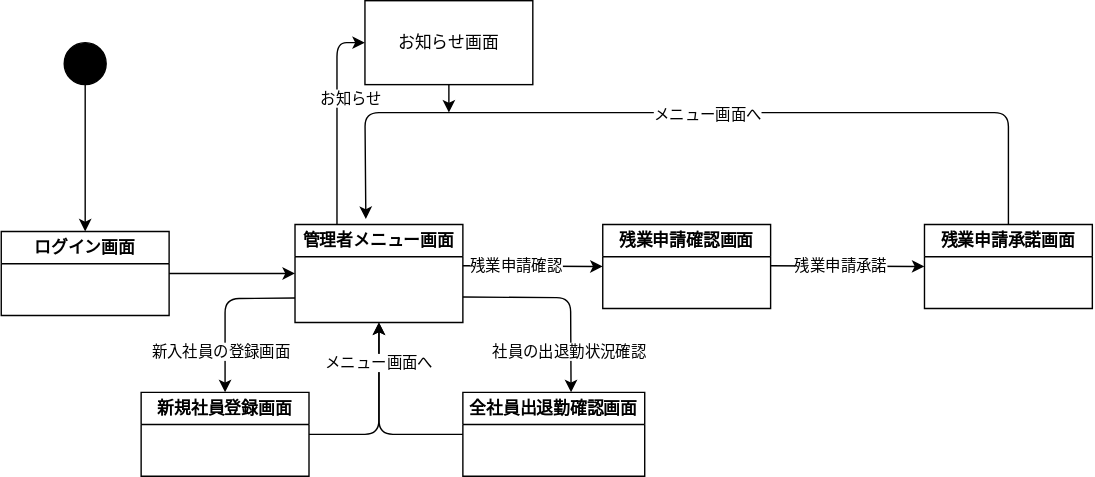
Before: pro管理者.drawio.svg, a diagram exported from draw.io (hosoya0503/uml-intro). Source tidied: cells renumbered, new cells last; positions are measured from the earlier drawing's top-left corner, leaving out a move shared by most shapes.
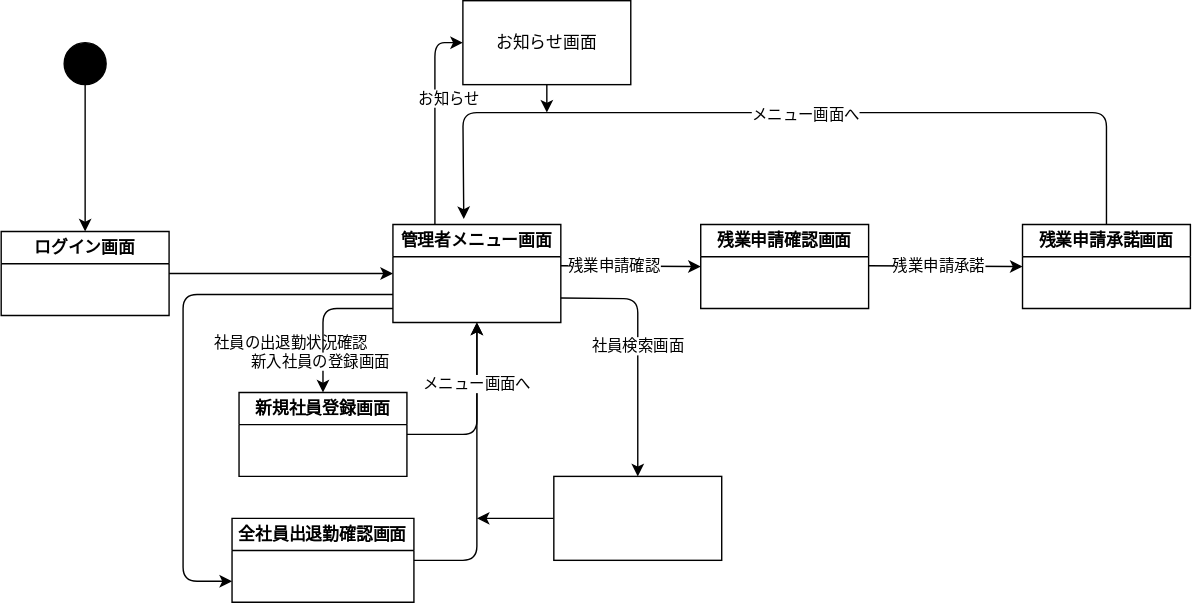
The same file after the commit.

What changed in the source:
```diff
@@ -6,14 +6,14 @@
       <mxGeometry relative="1" as="geometry" />
     </mxCell>
     <mxCell id="3" style="ellipse;whiteSpace=wrap;html=1;fillColor=#000000;" parent="1" vertex="1">
-      <mxGeometry x="45" y="30" width="30" height="30" as="geometry" />
+      <mxGeometry x="-25" y="30" width="30" height="30" as="geometry" />
     </mxCell>
-    <mxCell id="4" style="edgeStyle=none;html=1;exitX=1;exitY=0.75;exitDx=0;exitDy=0;entryX=0.595;entryY=0.011;entryDx=0;entryDy=0;entryPerimeter=0;" parent="1" edge="1">
+    <mxCell id="4" style="edgeStyle=none;html=1;entryX=0;entryY=0.75;entryDx=0;entryDy=0;" parent="1" edge="1" target="24">
       <mxGeometry relative="1" as="geometry">
-        <mxPoint x="330" y="211.8" as="sourcePoint" />
-        <mxPoint x="407.3" y="280" as="targetPoint" />
+        <mxPoint x="210" y="210" as="sourcePoint" />
         <Array as="points">
-          <mxPoint x="407" y="212.3" />
+          <mxPoint x="60" y="210" />
+          <mxPoint x="60" y="415" />
         </Array>
       </mxGeometry>
     </mxCell>
@@ -22,10 +22,11 @@
         <mxPoint x="35" y="36" as="offset" />
       </mxGeometry>
     </mxCell>
-    <mxCell id="6" style="edgeStyle=none;html=1;exitX=0;exitY=0.75;exitDx=0;exitDy=0;entryX=0.5;entryY=0;entryDx=0;entryDy=0;" parent="1" edge="1" source="9" target="21">
+    <mxCell id="6" style="edgeStyle=none;html=1;entryX=0.5;entryY=0;entryDx=0;entryDy=0;" parent="1" edge="1" target="21">
       <mxGeometry relative="1" as="geometry">
+        <mxPoint x="210" y="220" as="sourcePoint" />
         <Array as="points">
-          <mxPoint x="160" y="213" />
+          <mxPoint x="160" y="220" />
         </Array>
       </mxGeometry>
     </mxCell>
@@ -41,6 +42,16 @@
         </Array>
       </mxGeometry>
     </mxCell>
+    <mxCell id="27" style="edgeStyle=none;html=1;exitX=1;exitY=0.75;exitDx=0;exitDy=0;entryX=0.5;entryY=0;entryDx=0;entryDy=0;" parent="1" edge="1" source="9" target="30">
+      <mxGeometry relative="1" as="geometry">
+        <Array as="points">
+          <mxPoint x="385" y="213" />
+        </Array>
+      </mxGeometry>
+    </mxCell>
+    <mxCell id="28" value="社員検索画面" style="edgeLabel;html=1;align=center;verticalAlign=middle;" parent="27" vertex="1">
+      <mxGeometry x="-0.03" y="-1" relative="1" as="geometry" />
+    </mxCell>
     <mxCell id="9" value="管理者メニュー画面" style="swimlane;whiteSpace=wrap;html=1;" parent="1" vertex="1">
       <mxGeometry x="210" y="160" width="120" height="70" as="geometry" />
     </mxCell>
@@ -48,7 +59,7 @@
       <mxGeometry relative="1" as="geometry" />
     </mxCell>
     <mxCell id="11" value="ログイン画面" style="swimlane;whiteSpace=wrap;html=1;" parent="1" vertex="1">
-      <mxGeometry y="165" width="120" height="60" as="geometry" />
+      <mxGeometry x="-70" y="165" width="120" height="60" as="geometry" />
     </mxCell>
     <mxCell id="12" value="残業申請確認画面" style="swimlane;whiteSpace=wrap;html=1;startSize=23;" parent="1" vertex="1">
       <mxGeometry x="430" y="160" width="120" height="60" as="geometry" />
@@ -98,6 +109,7 @@
     <mxCell id="22" style="edgeStyle=none;html=1;entryX=0.5;entryY=1;entryDx=0;entryDy=0;" parent="1" edge="1" source="24" target="9">
       <mxGeometry relative="1" as="geometry">
         <Array as="points">
+          <mxPoint x="270" y="400" />
           <mxPoint x="270" y="310" />
         </Array>
       </mxGeometry>
@@ -106,7 +118,7 @@
       <mxGeometry x="0.6" y="1" relative="1" as="geometry" />
     </mxCell>
     <mxCell id="24" value="全社員出退勤確認画面" style="swimlane;whiteSpace=wrap;html=1;" parent="1" vertex="1">
-      <mxGeometry x="330" y="280" width="130" height="60" as="geometry" />
+      <mxGeometry x="95" y="370" width="130" height="60" as="geometry" />
     </mxCell>
     <mxCell id="25" style="edgeStyle=none;html=1;" parent="1" edge="1" source="26">
       <mxGeometry relative="1" as="geometry">
@@ -116,5 +128,13 @@
     <mxCell id="26" value="お知らせ画面" style="rounded=0;whiteSpace=wrap;html=1;" parent="1" vertex="1">
       <mxGeometry x="260" width="120" height="60" as="geometry" />
     </mxCell>
+    <mxCell id="29" style="edgeStyle=none;html=1;" parent="1" edge="1" source="30">
+      <mxGeometry relative="1" as="geometry">
+        <mxPoint x="270" y="370" as="targetPoint" />
+      </mxGeometry>
+    </mxCell>
+    <mxCell id="30" style="rounded=0;whiteSpace=wrap;html=1;" parent="1" vertex="1">
+      <mxGeometry x="325" y="340" width="120" height="60" as="geometry" />
+    </mxCell>
   </root>
 </mxGraphModel>
```
